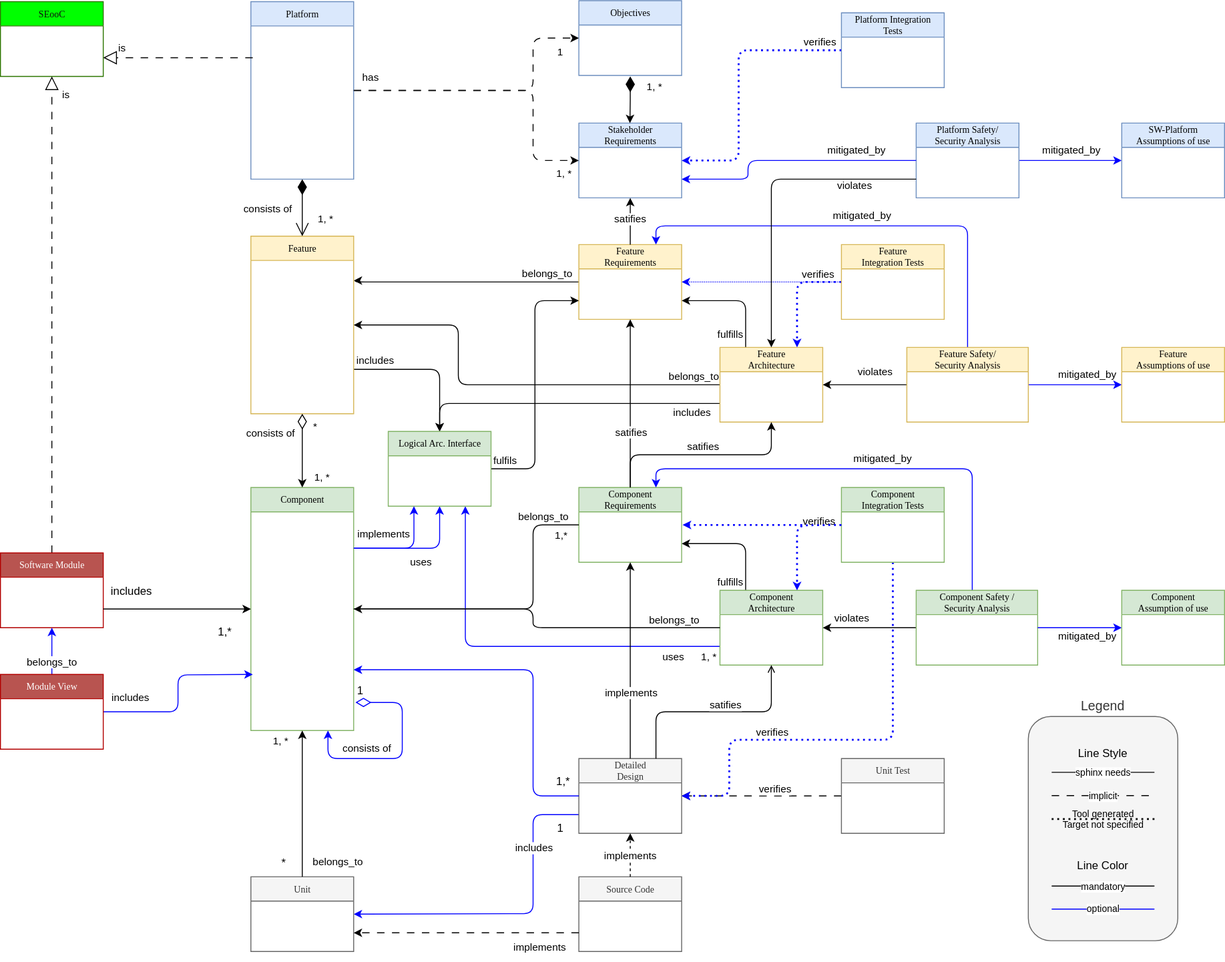
Above: pr-524/_images/score_building_blocks_meta_model.drawio.svg in eclipse-score/process_description (draw.io), before the change. Source tidied: cells renumbered, new cells last; positions are measured from the earlier drawing's top-left corner, leaving out a move shared by most shapes.
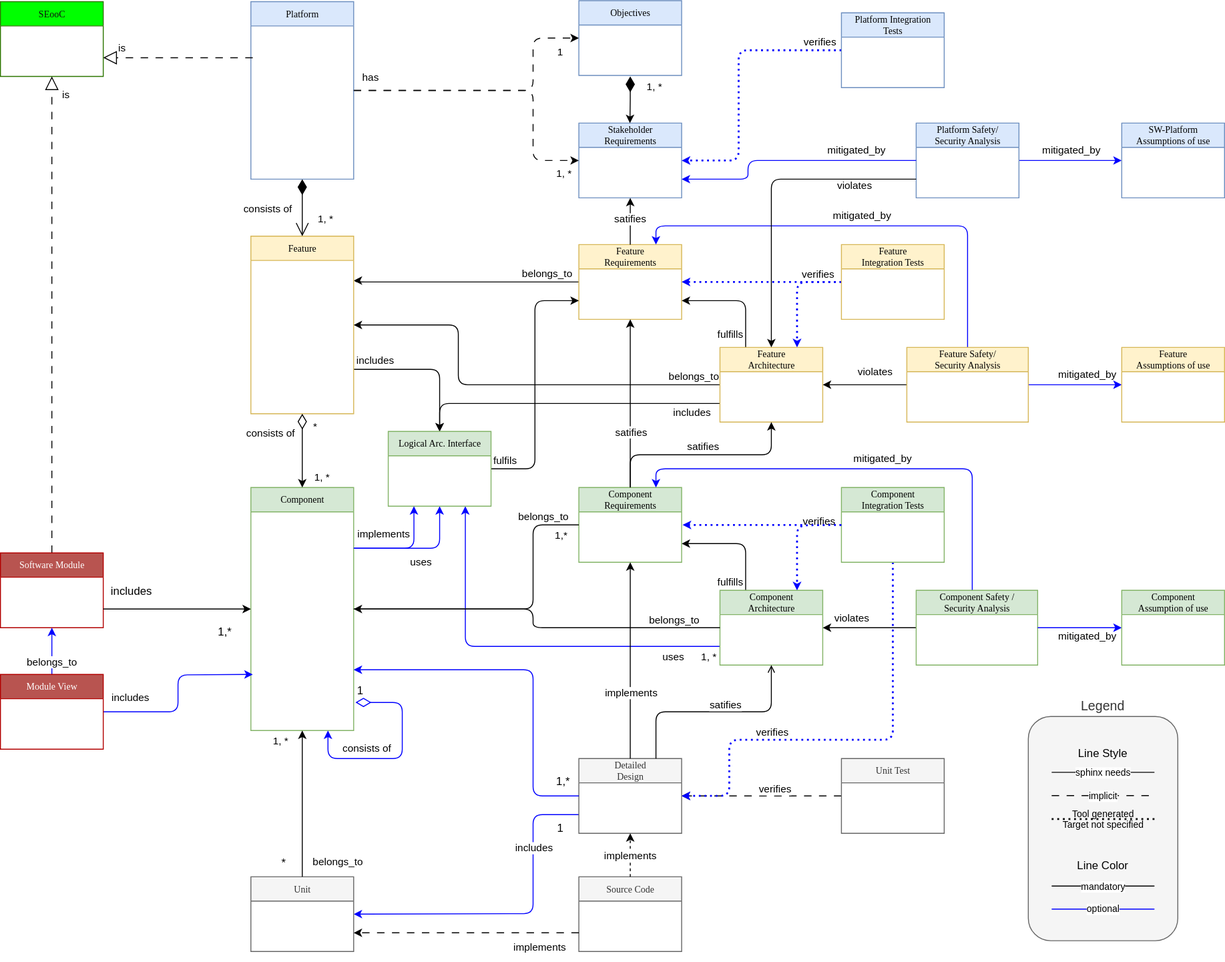
After the change.

Diff of the diagram source:
```diff
@@ -371,7 +371,7 @@
     <mxCell id="79" value="Platform Integration&amp;nbsp;&lt;br&gt;Tests" style="swimlane;html=1;fontStyle=0;horizontal=1;startSize=26;fillColor=#dae8fc;swimlaneFillColor=#ffffff;rounded=0;shadow=0;comic=0;labelBackgroundColor=none;strokeWidth=1;fontFamily=Verdana;fontSize=10;align=center;strokeColor=#6c8ebf;" parent="1" vertex="1">
       <mxGeometry x="900" y="13" width="110" height="80" as="geometry" />
     </mxCell>
-    <mxCell id="80" style="edgeStyle=orthogonalEdgeStyle;rounded=0;jettySize=auto;html=1;entryX=1;entryY=0.5;entryDx=0;entryDy=0;dashed=1;strokeColor=#0000FF;dashPattern=1 1;" parent="1" edge="1" source="82" target="12">
+    <mxCell id="80" style="edgeStyle=orthogonalEdgeStyle;rounded=0;jettySize=auto;html=1;entryX=1;entryY=0.5;entryDx=0;entryDy=0;dashed=1;strokeColor=#0000FF;dashPattern=1 2;strokeWidth=2;endSize=3;" parent="1" edge="1" source="82" target="12">
       <mxGeometry relative="1" as="geometry" />
     </mxCell>
     <mxCell id="81" style="edgeStyle=orthogonalEdgeStyle;rounded=1;jettySize=auto;html=1;entryX=0.75;entryY=0;entryDx=0;entryDy=0;dashed=1;curved=0;strokeColor=#0000FF;dashPattern=1 2;strokeWidth=2;endSize=3;" parent="1" edge="1" source="82" target="18">
```
